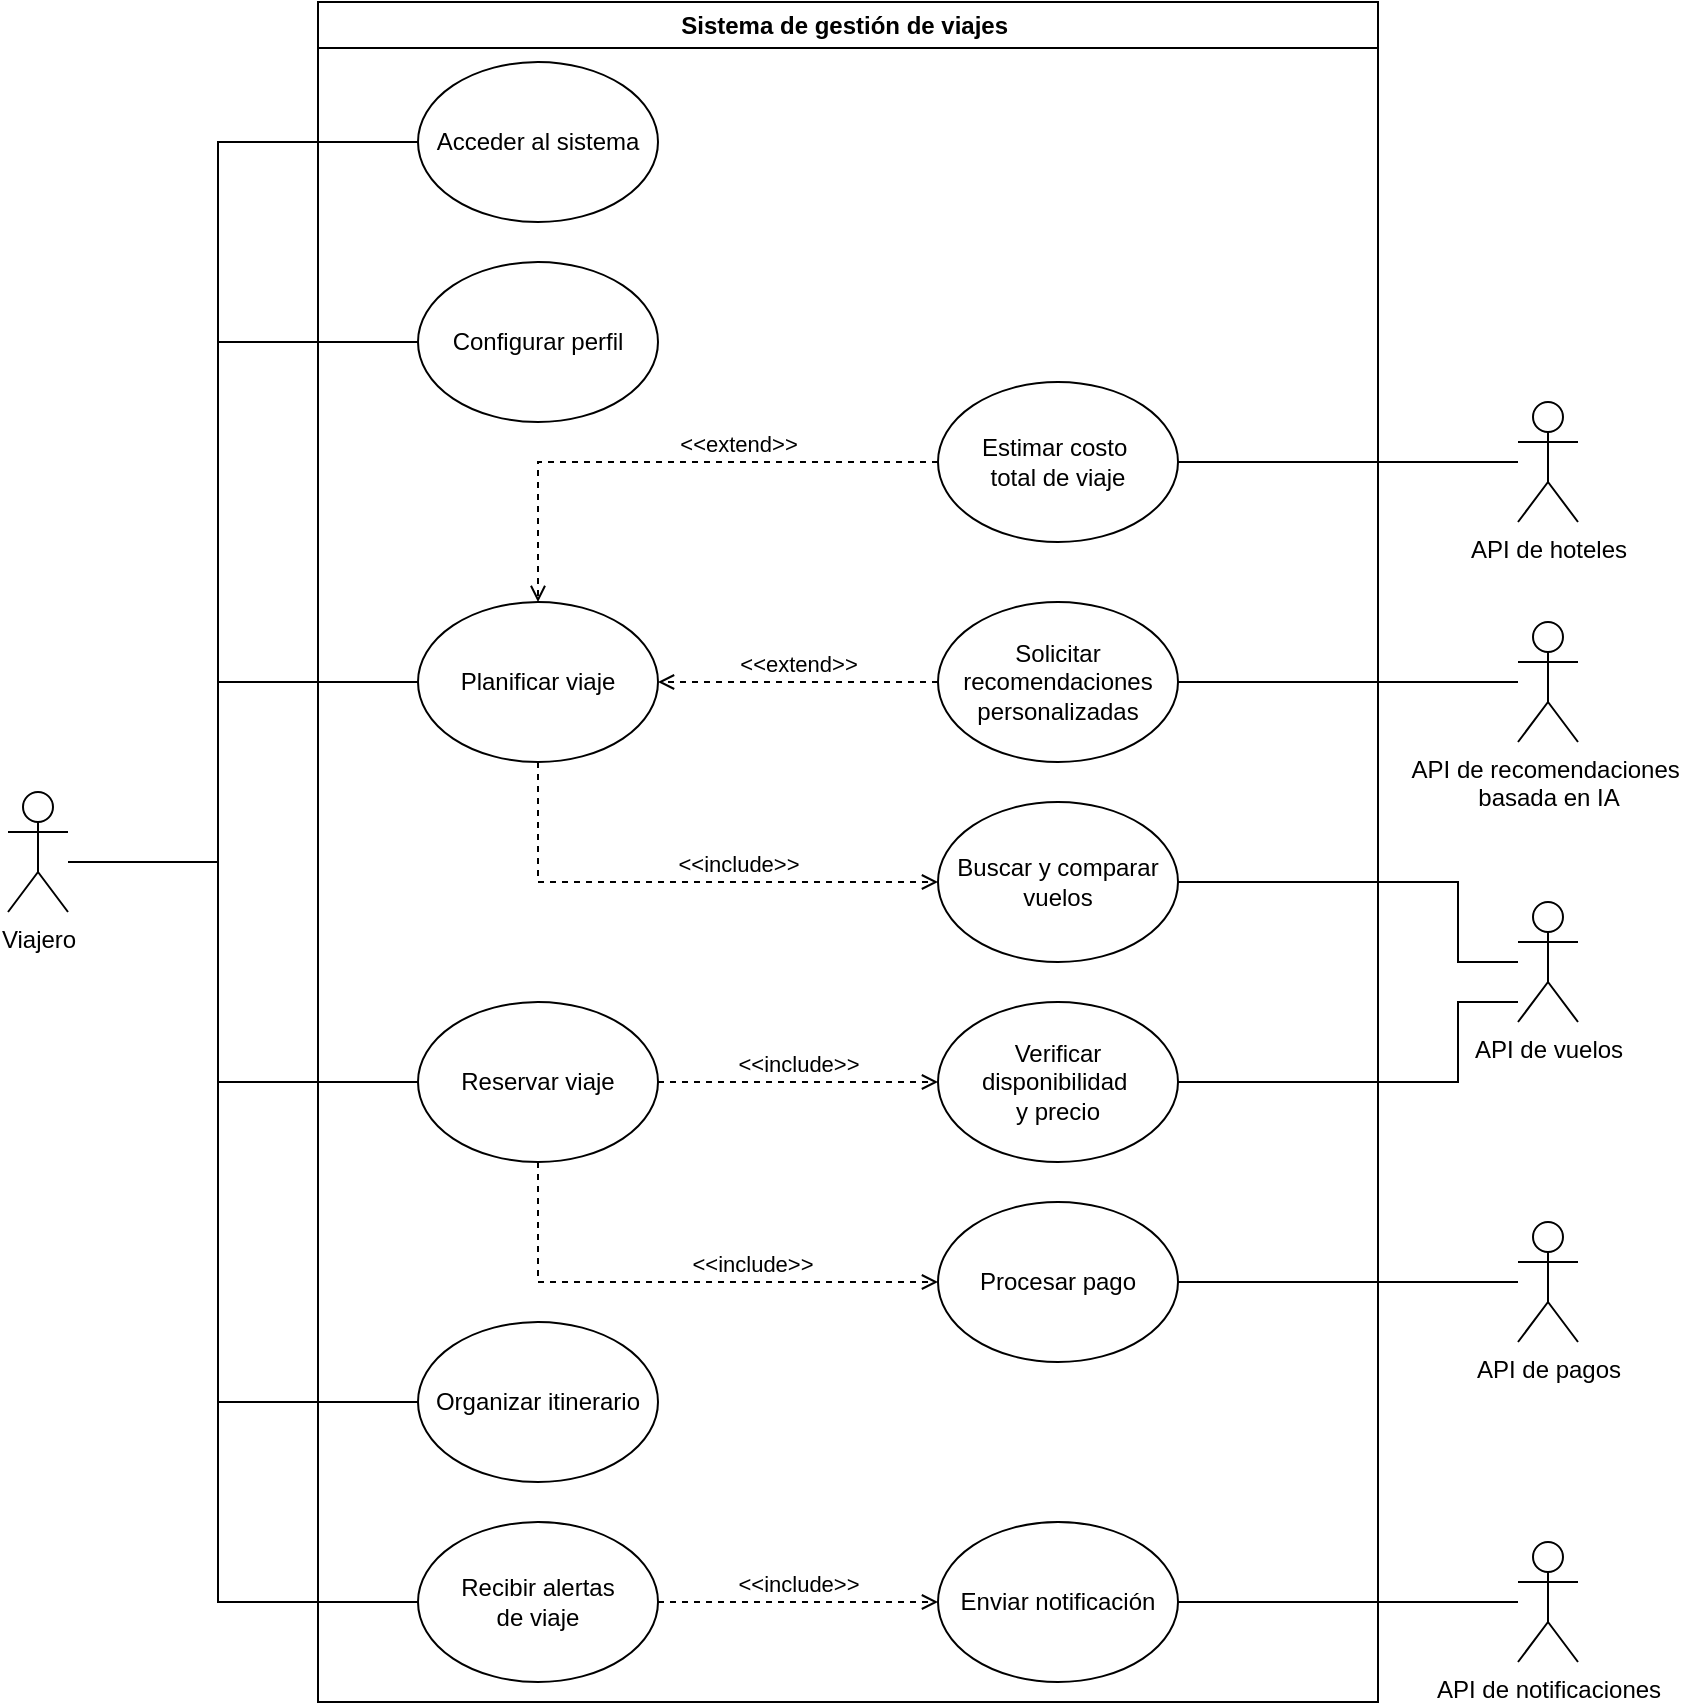
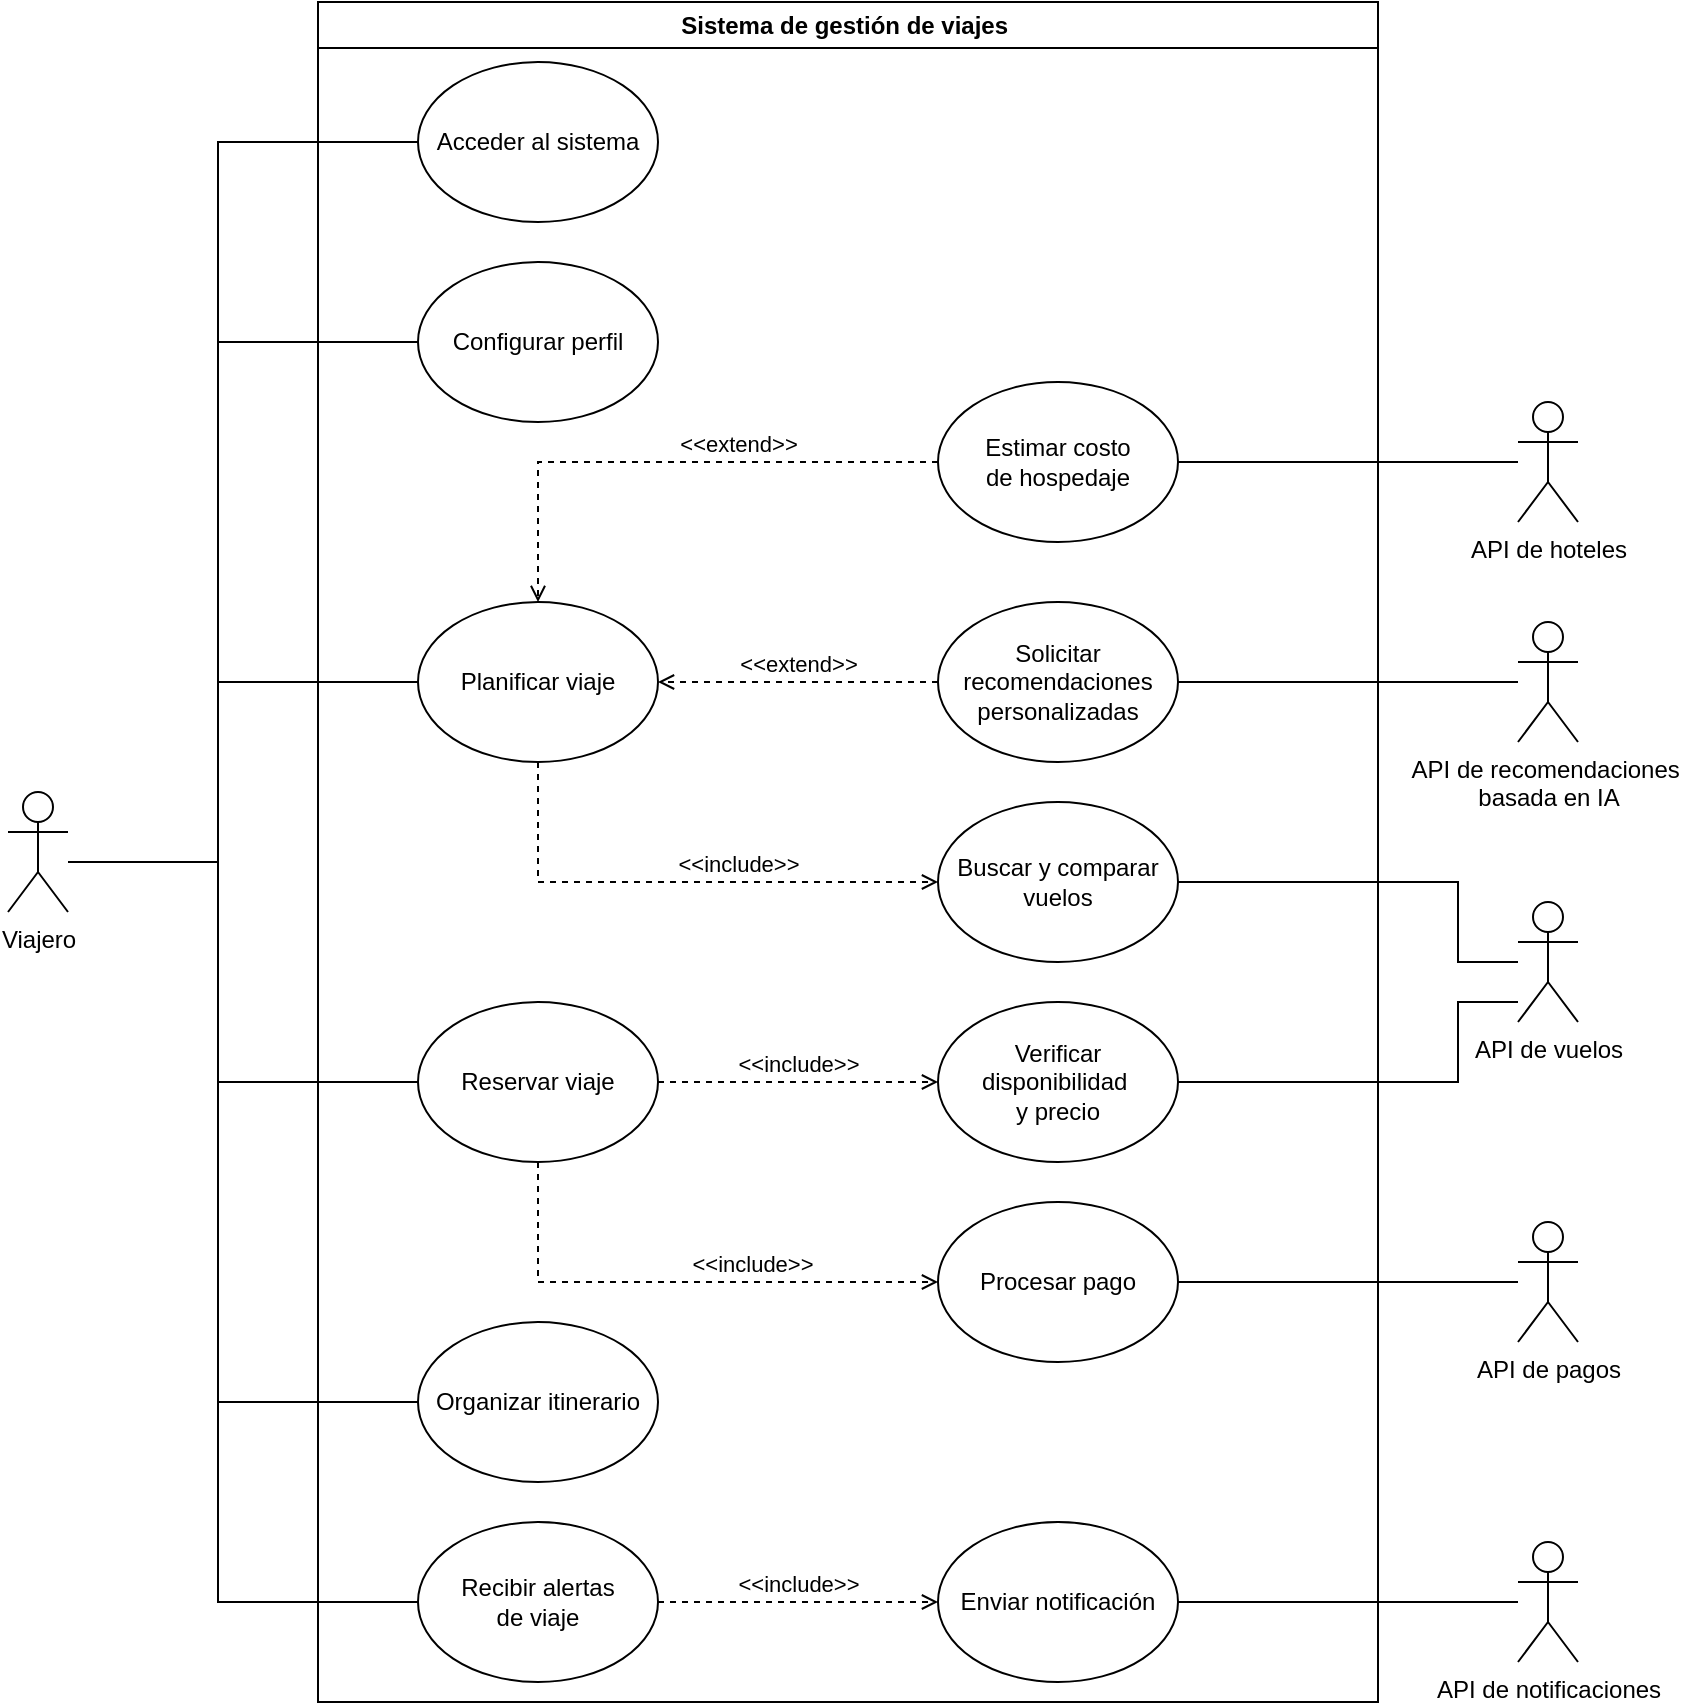
<mxfile host="app.diagrams.net">
  <diagram name="Page-1" id="XnlLk0_bylsUyL-8FBiT">
-     <mxGraphModel dx="1378" dy="949" grid="1" gridSize="10" guides="1" tooltips="1" connect="1" arrows="1" fold="1" page="1" pageScale="1" pageWidth="850" pageHeight="1100" math="0" shadow="0">
+     <mxGraphModel dx="1166" dy="803" grid="1" gridSize="10" guides="1" tooltips="1" connect="1" arrows="1" fold="1" page="1" pageScale="1" pageWidth="850" pageHeight="1100" math="0" shadow="0">
      <root>
        <mxCell id="0" />
        <mxCell id="1" parent="0" />
        <mxCell id="KQGbA0OoH7bpT-P9qRUj-61" edge="1" parent="1" source="KQGbA0OoH7bpT-P9qRUj-1" style="edgeStyle=orthogonalEdgeStyle;rounded=0;orthogonalLoop=1;jettySize=auto;html=1;entryX=0;entryY=0.5;entryDx=0;entryDy=0;endArrow=none;endFill=0;" target="KQGbA0OoH7bpT-P9qRUj-55">
          <mxGeometry relative="1" as="geometry">
            <Array as="points">
              <mxPoint x="220" y="600" />
              <mxPoint x="220" y="240" />
            </Array>
          </mxGeometry>
        </mxCell>
        <mxCell id="KQGbA0OoH7bpT-P9qRUj-62" edge="1" parent="1" source="KQGbA0OoH7bpT-P9qRUj-1" style="edgeStyle=orthogonalEdgeStyle;rounded=0;orthogonalLoop=1;jettySize=auto;html=1;entryX=0;entryY=0.5;entryDx=0;entryDy=0;endArrow=none;endFill=0;" target="KQGbA0OoH7bpT-P9qRUj-56">
          <mxGeometry relative="1" as="geometry">
            <Array as="points">
              <mxPoint x="220" y="600" />
              <mxPoint x="220" y="340" />
            </Array>
          </mxGeometry>
        </mxCell>
        <mxCell id="KQGbA0OoH7bpT-P9qRUj-63" edge="1" parent="1" source="KQGbA0OoH7bpT-P9qRUj-1" style="edgeStyle=orthogonalEdgeStyle;rounded=0;orthogonalLoop=1;jettySize=auto;html=1;entryX=0;entryY=0.5;entryDx=0;entryDy=0;endArrow=none;endFill=0;" target="KQGbA0OoH7bpT-P9qRUj-57">
          <mxGeometry relative="1" as="geometry">
            <Array as="points">
              <mxPoint x="220" y="600" />
              <mxPoint x="220" y="510" />
            </Array>
          </mxGeometry>
        </mxCell>
        <mxCell id="KQGbA0OoH7bpT-P9qRUj-64" edge="1" parent="1" source="KQGbA0OoH7bpT-P9qRUj-1" style="edgeStyle=orthogonalEdgeStyle;rounded=0;orthogonalLoop=1;jettySize=auto;html=1;entryX=0;entryY=0.5;entryDx=0;entryDy=0;endArrow=none;endFill=0;" target="KQGbA0OoH7bpT-P9qRUj-58">
          <mxGeometry relative="1" as="geometry">
            <Array as="points">
              <mxPoint x="220" y="600" />
              <mxPoint x="220" y="710" />
            </Array>
          </mxGeometry>
        </mxCell>
        <mxCell id="KQGbA0OoH7bpT-P9qRUj-65" edge="1" parent="1" source="KQGbA0OoH7bpT-P9qRUj-1" style="edgeStyle=orthogonalEdgeStyle;rounded=0;orthogonalLoop=1;jettySize=auto;html=1;entryX=0;entryY=0.5;entryDx=0;entryDy=0;endArrow=none;endFill=0;" target="KQGbA0OoH7bpT-P9qRUj-59">
          <mxGeometry relative="1" as="geometry">
            <Array as="points">
              <mxPoint x="220" y="600" />
              <mxPoint x="220" y="870" />
            </Array>
          </mxGeometry>
        </mxCell>
        <mxCell id="KQGbA0OoH7bpT-P9qRUj-66" edge="1" parent="1" source="KQGbA0OoH7bpT-P9qRUj-1" style="edgeStyle=orthogonalEdgeStyle;rounded=0;orthogonalLoop=1;jettySize=auto;html=1;entryX=0;entryY=0.5;entryDx=0;entryDy=0;endArrow=none;endFill=0;" target="KQGbA0OoH7bpT-P9qRUj-60">
          <mxGeometry relative="1" as="geometry">
            <Array as="points">
              <mxPoint x="220" y="600" />
              <mxPoint x="220" y="970" />
            </Array>
          </mxGeometry>
        </mxCell>
        <mxCell id="KQGbA0OoH7bpT-P9qRUj-1" parent="1" style="shape=umlActor;verticalLabelPosition=bottom;verticalAlign=top;html=1;outlineConnect=0;" value="Viajero" vertex="1">
          <mxGeometry height="60" width="30" x="115" y="565" as="geometry" />
        </mxCell>
        <mxCell id="KQGbA0OoH7bpT-P9qRUj-2" parent="1" style="swimlane;whiteSpace=wrap;html=1;" value="Sistema de gestión de viajes&amp;nbsp;" vertex="1">
          <mxGeometry height="850" width="530" x="270" y="170" as="geometry" />
        </mxCell>
        <mxCell id="KQGbA0OoH7bpT-P9qRUj-55" parent="KQGbA0OoH7bpT-P9qRUj-2" style="ellipse;whiteSpace=wrap;html=1;" value="Acceder al sistema" vertex="1">
          <mxGeometry height="80" width="120" x="50" y="30" as="geometry" />
        </mxCell>
        <mxCell id="KQGbA0OoH7bpT-P9qRUj-56" parent="KQGbA0OoH7bpT-P9qRUj-2" style="ellipse;whiteSpace=wrap;html=1;" value="&lt;div&gt;Configurar perfil&lt;/div&gt;" vertex="1">
          <mxGeometry height="80" width="120" x="50" y="130" as="geometry" />
        </mxCell>
        <mxCell id="KQGbA0OoH7bpT-P9qRUj-57" parent="KQGbA0OoH7bpT-P9qRUj-2" style="ellipse;whiteSpace=wrap;html=1;" value="Planificar viaje" vertex="1">
          <mxGeometry height="80" width="120" x="50" y="300" as="geometry" />
        </mxCell>
        <mxCell id="KQGbA0OoH7bpT-P9qRUj-59" parent="KQGbA0OoH7bpT-P9qRUj-2" style="ellipse;whiteSpace=wrap;html=1;" value="Organizar itinerario" vertex="1">
          <mxGeometry height="80" width="120" x="50" y="660" as="geometry" />
        </mxCell>
        <mxCell id="KQGbA0OoH7bpT-P9qRUj-58" parent="KQGbA0OoH7bpT-P9qRUj-2" style="ellipse;whiteSpace=wrap;html=1;" value="Reservar viaje" vertex="1">
          <mxGeometry height="80" width="120" x="50" y="500" as="geometry" />
        </mxCell>
        <mxCell id="KQGbA0OoH7bpT-P9qRUj-60" parent="KQGbA0OoH7bpT-P9qRUj-2" style="ellipse;whiteSpace=wrap;html=1;" value="&lt;div&gt;Recibir alertas&lt;/div&gt;&lt;div&gt;de viaje&lt;/div&gt;" vertex="1">
          <mxGeometry height="80" width="120" x="50" y="760" as="geometry" />
        </mxCell>
        <mxCell id="KQGbA0OoH7bpT-P9qRUj-67" parent="KQGbA0OoH7bpT-P9qRUj-2" style="ellipse;whiteSpace=wrap;html=1;" value="Buscar y comparar vuelos" vertex="1">
          <mxGeometry height="80" width="120" x="310" y="400" as="geometry" />
        </mxCell>
        <mxCell id="KQGbA0OoH7bpT-P9qRUj-68" parent="KQGbA0OoH7bpT-P9qRUj-2" style="ellipse;whiteSpace=wrap;html=1;" value="Solicitar recomendaciones personalizadas" vertex="1">
          <mxGeometry height="80" width="120" x="310" y="300" as="geometry" />
        </mxCell>
-         <mxCell id="KQGbA0OoH7bpT-P9qRUj-72" parent="KQGbA0OoH7bpT-P9qRUj-2" style="ellipse;whiteSpace=wrap;html=1;" value="&lt;div&gt;Estimar costo&amp;nbsp;&lt;/div&gt;&lt;div&gt;total de viaje&lt;/div&gt;" vertex="1">
+         <mxCell id="KQGbA0OoH7bpT-P9qRUj-72" parent="KQGbA0OoH7bpT-P9qRUj-2" style="ellipse;whiteSpace=wrap;html=1;" value="&lt;div&gt;Estimar costo&lt;/div&gt;&lt;div&gt;de hospedaje&lt;/div&gt;" vertex="1">
          <mxGeometry height="80" width="120" x="310" y="190" as="geometry" />
        </mxCell>
        <mxCell id="KQGbA0OoH7bpT-P9qRUj-73" edge="1" parent="KQGbA0OoH7bpT-P9qRUj-2" source="KQGbA0OoH7bpT-P9qRUj-72" style="html=1;verticalAlign=bottom;labelBackgroundColor=none;endArrow=open;endFill=0;dashed=1;rounded=0;entryX=0.5;entryY=0;entryDx=0;entryDy=0;exitX=0;exitY=0.5;exitDx=0;exitDy=0;" target="KQGbA0OoH7bpT-P9qRUj-57" value="&amp;lt;&amp;lt;extend&amp;gt;&amp;gt;">
          <mxGeometry relative="1" width="160" x="-0.2593" as="geometry">
            <mxPoint as="offset" />
            <Array as="points">
              <mxPoint x="110" y="230" />
            </Array>
            <mxPoint x="270" y="320" as="sourcePoint" />
            <mxPoint x="430" y="320" as="targetPoint" />
          </mxGeometry>
        </mxCell>
        <mxCell id="KQGbA0OoH7bpT-P9qRUj-74" parent="KQGbA0OoH7bpT-P9qRUj-2" style="ellipse;whiteSpace=wrap;html=1;" value="&lt;div&gt;Verificar disponibilidad&amp;nbsp;&lt;/div&gt;&lt;div&gt;y precio&lt;/div&gt;" vertex="1">
          <mxGeometry height="80" width="120" x="310" y="500" as="geometry" />
        </mxCell>
        <mxCell id="KQGbA0OoH7bpT-P9qRUj-75" parent="KQGbA0OoH7bpT-P9qRUj-2" style="ellipse;whiteSpace=wrap;html=1;" value="Procesar pago" vertex="1">
          <mxGeometry height="80" width="120" x="310" y="600" as="geometry" />
        </mxCell>
        <mxCell id="KQGbA0OoH7bpT-P9qRUj-76" edge="1" parent="KQGbA0OoH7bpT-P9qRUj-2" source="KQGbA0OoH7bpT-P9qRUj-58" style="html=1;verticalAlign=bottom;labelBackgroundColor=none;endArrow=open;endFill=0;dashed=1;rounded=0;entryX=0;entryY=0.5;entryDx=0;entryDy=0;exitX=1;exitY=0.5;exitDx=0;exitDy=0;" target="KQGbA0OoH7bpT-P9qRUj-74" value="&amp;lt;&amp;lt;include&amp;gt;&amp;gt;">
          <mxGeometry relative="1" width="160" as="geometry">
            <mxPoint x="210" y="460" as="sourcePoint" />
            <mxPoint x="370" y="460" as="targetPoint" />
          </mxGeometry>
        </mxCell>
        <mxCell id="KQGbA0OoH7bpT-P9qRUj-77" edge="1" parent="KQGbA0OoH7bpT-P9qRUj-2" source="KQGbA0OoH7bpT-P9qRUj-58" style="html=1;verticalAlign=bottom;labelBackgroundColor=none;endArrow=open;endFill=0;dashed=1;rounded=0;exitX=0.5;exitY=1;exitDx=0;exitDy=0;entryX=0;entryY=0.5;entryDx=0;entryDy=0;" target="KQGbA0OoH7bpT-P9qRUj-75" value="&amp;lt;&amp;lt;include&amp;gt;&amp;gt;">
          <mxGeometry relative="1" width="160" x="0.28" as="geometry">
            <mxPoint as="offset" />
            <Array as="points">
              <mxPoint x="110" y="640" />
            </Array>
            <mxPoint x="210" y="460" as="sourcePoint" />
            <mxPoint x="370" y="460" as="targetPoint" />
          </mxGeometry>
        </mxCell>
        <mxCell id="KQGbA0OoH7bpT-P9qRUj-78" parent="KQGbA0OoH7bpT-P9qRUj-2" style="ellipse;whiteSpace=wrap;html=1;" value="Enviar notificación" vertex="1">
          <mxGeometry height="80" width="120" x="310" y="760" as="geometry" />
        </mxCell>
        <mxCell id="KQGbA0OoH7bpT-P9qRUj-79" edge="1" parent="KQGbA0OoH7bpT-P9qRUj-2" source="KQGbA0OoH7bpT-P9qRUj-60" style="html=1;verticalAlign=bottom;labelBackgroundColor=none;endArrow=open;endFill=0;dashed=1;rounded=0;entryX=0;entryY=0.5;entryDx=0;entryDy=0;exitX=1;exitY=0.5;exitDx=0;exitDy=0;" target="KQGbA0OoH7bpT-P9qRUj-78" value="&amp;lt;&amp;lt;include&amp;gt;&amp;gt;">
          <mxGeometry relative="1" width="160" as="geometry">
            <mxPoint x="210" y="460" as="sourcePoint" />
            <mxPoint x="370" y="460" as="targetPoint" />
          </mxGeometry>
        </mxCell>
        <mxCell id="KQGbA0OoH7bpT-P9qRUj-93" edge="1" parent="KQGbA0OoH7bpT-P9qRUj-2" source="KQGbA0OoH7bpT-P9qRUj-57" style="html=1;verticalAlign=bottom;labelBackgroundColor=none;endArrow=open;endFill=0;dashed=1;rounded=0;exitX=0.5;exitY=1;exitDx=0;exitDy=0;entryX=0;entryY=0.5;entryDx=0;entryDy=0;" target="KQGbA0OoH7bpT-P9qRUj-67" value="&amp;lt;&amp;lt;include&amp;gt;&amp;gt;">
          <mxGeometry relative="1" width="160" x="0.2308" as="geometry">
            <mxPoint as="offset" />
            <Array as="points">
              <mxPoint x="110" y="440" />
            </Array>
            <mxPoint x="450" y="490" as="sourcePoint" />
            <mxPoint x="610" y="490" as="targetPoint" />
          </mxGeometry>
        </mxCell>
        <mxCell id="KQGbA0OoH7bpT-P9qRUj-94" edge="1" parent="KQGbA0OoH7bpT-P9qRUj-2" source="KQGbA0OoH7bpT-P9qRUj-68" style="html=1;verticalAlign=bottom;labelBackgroundColor=none;endArrow=open;endFill=0;dashed=1;rounded=0;entryX=1;entryY=0.5;entryDx=0;entryDy=0;exitX=0;exitY=0.5;exitDx=0;exitDy=0;" target="KQGbA0OoH7bpT-P9qRUj-57" value="&amp;lt;&amp;lt;extend&amp;gt;&amp;gt;">
          <mxGeometry relative="1" width="160" as="geometry">
            <mxPoint x="450" y="490" as="sourcePoint" />
            <mxPoint x="610" y="490" as="targetPoint" />
          </mxGeometry>
        </mxCell>
        <mxCell id="KQGbA0OoH7bpT-P9qRUj-96" edge="1" parent="1" source="KQGbA0OoH7bpT-P9qRUj-80" style="edgeStyle=orthogonalEdgeStyle;rounded=0;orthogonalLoop=1;jettySize=auto;html=1;entryX=1;entryY=0.5;entryDx=0;entryDy=0;endArrow=none;endFill=0;" target="KQGbA0OoH7bpT-P9qRUj-67">
          <mxGeometry relative="1" as="geometry">
            <Array as="points">
              <mxPoint x="840" y="650" />
              <mxPoint x="840" y="610" />
            </Array>
          </mxGeometry>
        </mxCell>
        <mxCell id="KQGbA0OoH7bpT-P9qRUj-97" edge="1" parent="1" source="KQGbA0OoH7bpT-P9qRUj-80" style="edgeStyle=orthogonalEdgeStyle;rounded=0;orthogonalLoop=1;jettySize=auto;html=1;entryX=1;entryY=0.5;entryDx=0;entryDy=0;endArrow=none;endFill=0;" target="KQGbA0OoH7bpT-P9qRUj-74">
          <mxGeometry relative="1" as="geometry">
            <Array as="points">
              <mxPoint x="840" y="670" />
              <mxPoint x="840" y="710" />
            </Array>
          </mxGeometry>
        </mxCell>
        <mxCell id="KQGbA0OoH7bpT-P9qRUj-80" parent="1" style="shape=umlActor;verticalLabelPosition=bottom;verticalAlign=top;html=1;outlineConnect=0;" value="API de vuelos" vertex="1">
          <mxGeometry height="60" width="30" x="870" y="620" as="geometry" />
        </mxCell>
        <mxCell id="KQGbA0OoH7bpT-P9qRUj-89" edge="1" parent="1" source="KQGbA0OoH7bpT-P9qRUj-81" style="edgeStyle=orthogonalEdgeStyle;rounded=0;orthogonalLoop=1;jettySize=auto;html=1;entryX=1;entryY=0.5;entryDx=0;entryDy=0;endArrow=none;endFill=0;" target="KQGbA0OoH7bpT-P9qRUj-68">
          <mxGeometry relative="1" as="geometry" />
        </mxCell>
        <mxCell id="KQGbA0OoH7bpT-P9qRUj-81" parent="1" style="shape=umlActor;verticalLabelPosition=bottom;verticalAlign=top;html=1;outlineConnect=0;" value="&lt;div&gt;API de recomendaciones&amp;nbsp;&lt;/div&gt;&lt;div&gt;basada en IA&lt;/div&gt;" vertex="1">
          <mxGeometry height="60" width="30" x="870" y="480" as="geometry" />
        </mxCell>
        <mxCell id="KQGbA0OoH7bpT-P9qRUj-90" edge="1" parent="1" source="KQGbA0OoH7bpT-P9qRUj-82" style="edgeStyle=orthogonalEdgeStyle;rounded=0;orthogonalLoop=1;jettySize=auto;html=1;entryX=1;entryY=0.5;entryDx=0;entryDy=0;endArrow=none;endFill=0;" target="KQGbA0OoH7bpT-P9qRUj-72">
          <mxGeometry relative="1" as="geometry" />
        </mxCell>
        <mxCell id="KQGbA0OoH7bpT-P9qRUj-82" parent="1" style="shape=umlActor;verticalLabelPosition=bottom;verticalAlign=top;html=1;outlineConnect=0;" value="API de hoteles" vertex="1">
          <mxGeometry height="60" width="30" x="870" y="370" as="geometry" />
        </mxCell>
        <mxCell id="KQGbA0OoH7bpT-P9qRUj-91" edge="1" parent="1" source="KQGbA0OoH7bpT-P9qRUj-83" style="edgeStyle=orthogonalEdgeStyle;rounded=0;orthogonalLoop=1;jettySize=auto;html=1;entryX=1;entryY=0.5;entryDx=0;entryDy=0;endArrow=none;endFill=0;" target="KQGbA0OoH7bpT-P9qRUj-75">
          <mxGeometry relative="1" as="geometry" />
        </mxCell>
        <mxCell id="KQGbA0OoH7bpT-P9qRUj-83" parent="1" style="shape=umlActor;verticalLabelPosition=bottom;verticalAlign=top;html=1;outlineConnect=0;" value="API de pagos" vertex="1">
          <mxGeometry height="60" width="30" x="870" y="780" as="geometry" />
        </mxCell>
        <mxCell id="KQGbA0OoH7bpT-P9qRUj-92" edge="1" parent="1" source="KQGbA0OoH7bpT-P9qRUj-84" style="edgeStyle=orthogonalEdgeStyle;rounded=0;orthogonalLoop=1;jettySize=auto;html=1;entryX=1;entryY=0.5;entryDx=0;entryDy=0;endArrow=none;endFill=0;" target="KQGbA0OoH7bpT-P9qRUj-78">
          <mxGeometry relative="1" as="geometry" />
        </mxCell>
        <mxCell id="KQGbA0OoH7bpT-P9qRUj-84" parent="1" style="shape=umlActor;verticalLabelPosition=bottom;verticalAlign=top;html=1;outlineConnect=0;" value="API de notificaciones" vertex="1">
          <mxGeometry height="60" width="30" x="870" y="940" as="geometry" />
        </mxCell>
      </root>
    </mxGraphModel>
  </diagram>
</mxfile>
